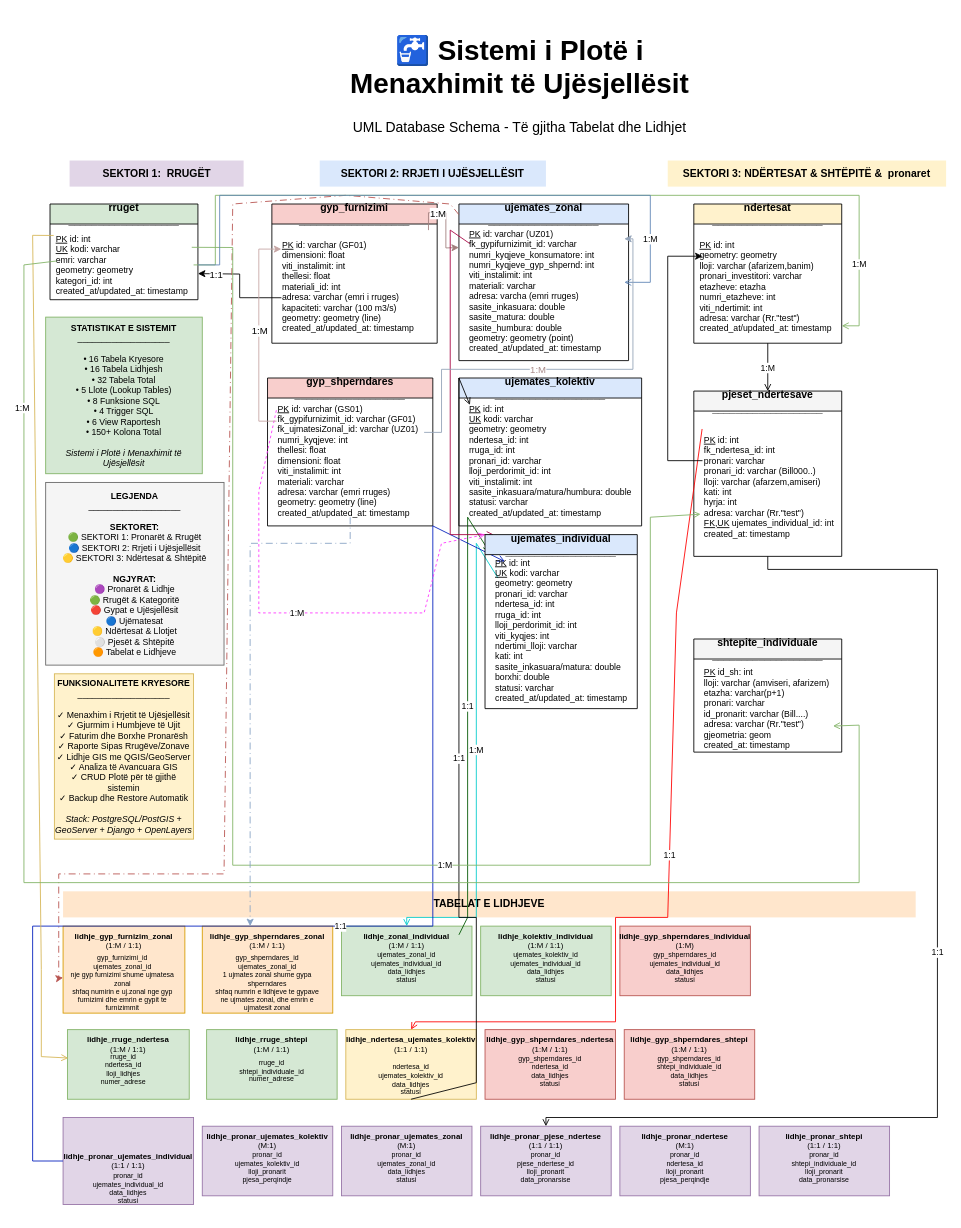
geo-coding/temaValoni keeps this draw.io diagram as page "Page-1" (1 of 2) of Struktura-te-dhenave/uml/struktura_deep.drawio. Above is the earlier version. Source tidied: cells renumbered, new cells numbered last; positions are measured from the earlier drawing's top-left corner, leaving out a move shared by most shapes. Both pictures are drawn from the tidied source at 87%, with x=0, y=0 at pixel (23, 56).
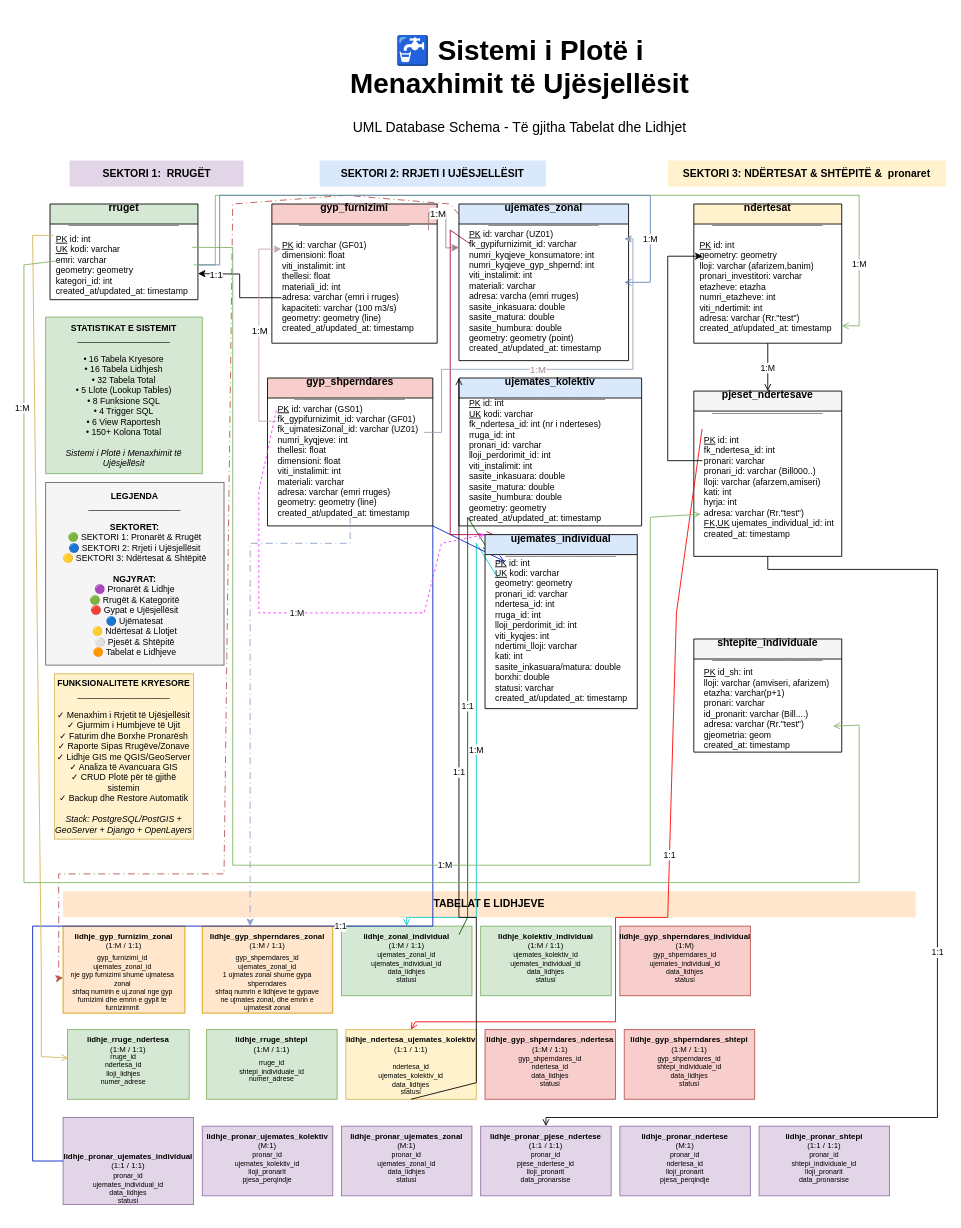
Above is the later version.

Unchanged cells that the change refers to:
```xml
<mxCell id="17" value="&lt;b&gt;ujemates_kolektiv&lt;/b&gt;&lt;br&gt;___________________" style="swimlane;whiteSpace=wrap;html=1;fillColor=#dae8fc;" parent="1" vertex="1">
  <mxGeometry x="500" y="370" width="210" height="170" as="geometry" />
</mxCell>
<mxCell id="43" value="&lt;b&gt;lidhje_ndertesa_ujemates_kolektiv&lt;/b&gt;&lt;br&gt;(1:1 / 1:1)" style="rounded=0;whiteSpace=wrap;html=1;fillColor=#fff2cc;strokeColor=#d6b656;fontSize=9;glass=0;verticalAlign=top;" parent="38" vertex="1">
  <mxGeometry x="320" width="150" height="80" as="geometry" />
</mxCell>
```

What changed in the source:
```diff
@@
-    <mxCell id="18" value="&lt;u&gt;PK&lt;/u&gt; id: int&lt;br&gt;&lt;u&gt;UK&lt;/u&gt; kodi: varchar&lt;br&gt;geometry: geometry&lt;br&gt;ndertesa_id: int&lt;br&gt;rruga_id: int&lt;br&gt;pronari_id: varchar&lt;br&gt;lloji_perdorimit_id: int&lt;br&gt;viti_instalimit: int&lt;br&gt;sasite_inkasuara/matura/humbura: double&lt;br&gt;statusi: varchar&lt;br&gt;created_at/updated_at: timestamp" style="text;html=1;strokeColor=none;fillColor=none;align=left;verticalAlign=middle;whiteSpace=wrap;rounded=0;fontSize=10;" parent="17" vertex="1">
+    <mxCell id="18" value="&lt;u&gt;PK&lt;/u&gt; id: int&lt;br&gt;&lt;u&gt;UK&lt;/u&gt; kodi: varchar&lt;br&gt;fk_ndertesa_id: int (nr i nderteses)&lt;br&gt;rruga_id: int&lt;br&gt;pronari_id: varchar&lt;br&gt;lloji_perdorimit_id: int&lt;br&gt;viti_instalimit: int&lt;br&gt;sasite_inkasuara: double&lt;br&gt;&lt;div&gt;&lt;span style=&quot;background-color: transparent; color: light-dark(rgb(0, 0, 0), rgb(255, 255, 255));&quot;&gt;sasite_&lt;/span&gt;matura&lt;span style=&quot;background-color: transparent; color: light-dark(rgb(0, 0, 0), rgb(255, 255, 255));&quot;&gt;: double&lt;/span&gt;&lt;/div&gt;&lt;div&gt;&lt;span style=&quot;background-color: transparent; color: light-dark(rgb(0, 0, 0), rgb(255, 255, 255));&quot;&gt;sasite_&lt;/span&gt;humbura: double&lt;/div&gt;&lt;div&gt;geometry: geometry&lt;br&gt;created_at/updated_at: timestamp&lt;/div&gt;" style="text;html=1;strokeColor=none;fillColor=none;align=left;verticalAlign=middle;whiteSpace=wrap;rounded=0;fontSize=10;" parent="17" vertex="1">
       <mxGeometry x="10" y="30" width="200" height="130" as="geometry" />
     </mxCell>
@@
-    <mxCell id="67" value="1:1" style="endArrow=open;html=1;rounded=0;fontSize=10;exitX=0.5;exitY=1;entryX=0.013;entryY=0.007;entryDx=0;entryDy=0;entryPerimeter=0;" parent="1" edge="1" source="43" target="18">
+    <mxCell id="67" value="1:1" style="endArrow=open;html=1;rounded=0;fontSize=10;exitX=0.5;exitY=1;" parent="1" edge="1" source="43">
       <mxGeometry relative="1" as="geometry">
+        <mxPoint x="500" y="370" as="targetPoint" />
         <Array as="points">
           <mxPoint x="520" y="1180" />
           <mxPoint x="520" y="990" />
           <mxPoint x="500" y="990" />
           <mxPoint x="500" y="370" />
         </Array>
       </mxGeometry>
     </mxCell>
```
